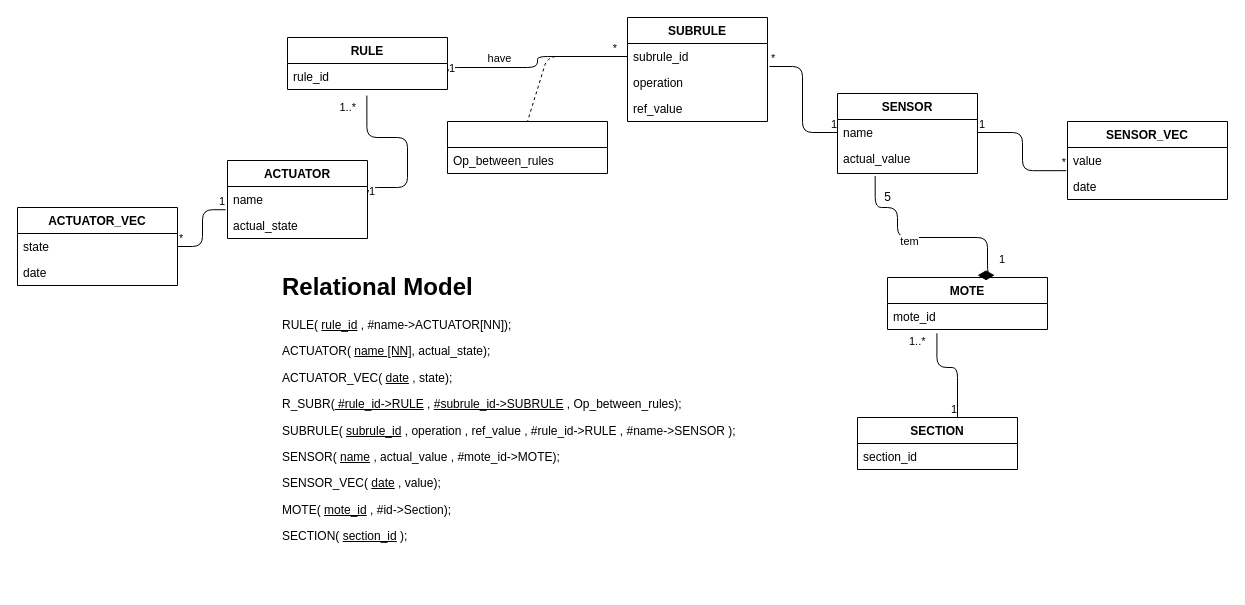
Before: page "Page-3" (3 of 3) of squematics/DB.drawio in Automation-yatata/Industry4.0-PizzaPlace, a draw.io diagram. Source tidied: cells renumbered, new cells numbered last; positions are measured from the earlier drawing's top-left corner, leaving out a move shared by most shapes. Both pictures are drawn from the tidied source at 100%, with x=0, y=0 at pixel (17, 17).
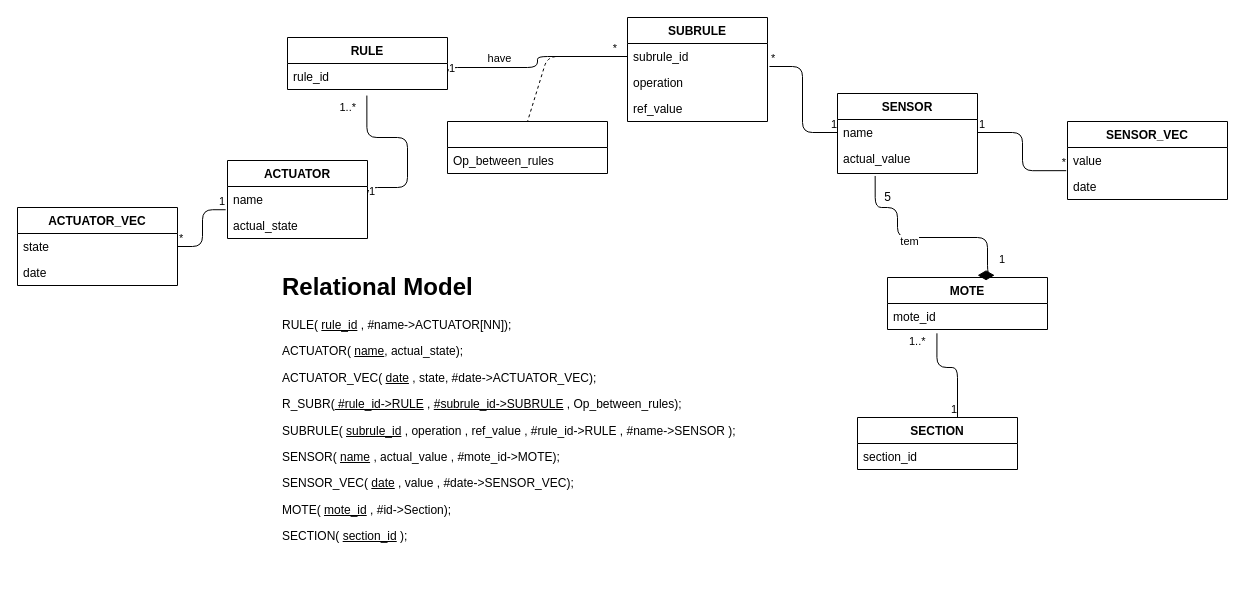
Above is the later version.

What changed in the source:
```diff
@@
-    <mxCell id="37" value="&lt;h1&gt;Relational Model&lt;/h1&gt;&lt;p&gt;RULE( &lt;u&gt;rule_id&lt;/u&gt; , #name-&amp;gt;ACTUATOR[NN]);&lt;/p&gt;&lt;p&gt;ACTUATOR( &lt;u&gt;name [NN]&lt;/u&gt;, actual_state);&lt;/p&gt;&lt;p&gt;ACTUATOR_VEC( &lt;u&gt;date&lt;/u&gt;&amp;nbsp;, state);&lt;/p&gt;&lt;p&gt;R_SUBR(&lt;u&gt; #rule_id-&amp;gt;RULE&lt;/u&gt; , &lt;u&gt;#subrule_id-&amp;gt;SUBRULE&lt;/u&gt; , Op_between_rules);&lt;/p&gt;&lt;p&gt;SUBRULE( &lt;u&gt;subrule_id&lt;/u&gt;&amp;nbsp;, operation , ref_value , #rule_id-&amp;gt;RULE , #name-&amp;gt;SENSOR );&lt;/p&gt;&lt;p&gt;SENSOR( &lt;u&gt;name&lt;/u&gt;&amp;nbsp;, actual_value , #mote_id-&amp;gt;MOTE);&lt;/p&gt;&lt;p&gt;SENSOR_VEC( &lt;u&gt;date&lt;/u&gt;&amp;nbsp;, value);&lt;/p&gt;&lt;p&gt;MOTE( &lt;u&gt;mote_id&lt;/u&gt;&amp;nbsp;, #id-&amp;gt;Section);&lt;/p&gt;&lt;p&gt;SECTION( &lt;u&gt;section_id&lt;/u&gt;&amp;nbsp;);&amp;nbsp;&lt;/p&gt;&lt;p&gt;&lt;br&gt;&lt;/p&gt;" style="text;html=1;strokeColor=none;fillColor=none;spacing=5;spacingTop=-20;whiteSpace=wrap;overflow=hidden;rounded=0;" parent="1" vertex="1">
+    <mxCell id="37" value="&lt;h1&gt;Relational Model&lt;/h1&gt;&lt;p&gt;RULE( &lt;u&gt;rule_id&lt;/u&gt; , #name-&amp;gt;ACTUATOR[NN]);&lt;/p&gt;&lt;p&gt;ACTUATOR( &lt;u&gt;name&lt;/u&gt;, actual_state);&lt;/p&gt;&lt;p&gt;ACTUATOR_VEC( &lt;u&gt;date&lt;/u&gt;&amp;nbsp;, state, #date-&amp;gt;ACTUATOR_VEC);&lt;/p&gt;&lt;p&gt;R_SUBR(&lt;u&gt; #rule_id-&amp;gt;RULE&lt;/u&gt; , &lt;u&gt;#subrule_id-&amp;gt;SUBRULE&lt;/u&gt; , Op_between_rules);&lt;/p&gt;&lt;p&gt;SUBRULE( &lt;u&gt;subrule_id&lt;/u&gt;&amp;nbsp;, operation , ref_value , #rule_id-&amp;gt;RULE , #name-&amp;gt;SENSOR );&lt;/p&gt;&lt;p&gt;SENSOR( &lt;u&gt;name&lt;/u&gt;&amp;nbsp;, actual_value , #mote_id-&amp;gt;MOTE);&lt;/p&gt;&lt;p&gt;SENSOR_VEC( &lt;u&gt;date&lt;/u&gt;&amp;nbsp;, value , #date-&amp;gt;SENSOR_VEC);&lt;/p&gt;&lt;p&gt;MOTE( &lt;u&gt;mote_id&lt;/u&gt;&amp;nbsp;, #id-&amp;gt;Section);&lt;/p&gt;&lt;p&gt;SECTION( &lt;u&gt;section_id&lt;/u&gt;&amp;nbsp;);&amp;nbsp;&lt;/p&gt;&lt;p&gt;&lt;br&gt;&lt;/p&gt;" style="text;html=1;strokeColor=none;fillColor=none;spacing=5;spacingTop=-20;whiteSpace=wrap;overflow=hidden;rounded=0;" parent="1" vertex="1">
       <mxGeometry x="260" y="250" width="500" height="320" as="geometry" />
     </mxCell>
```
